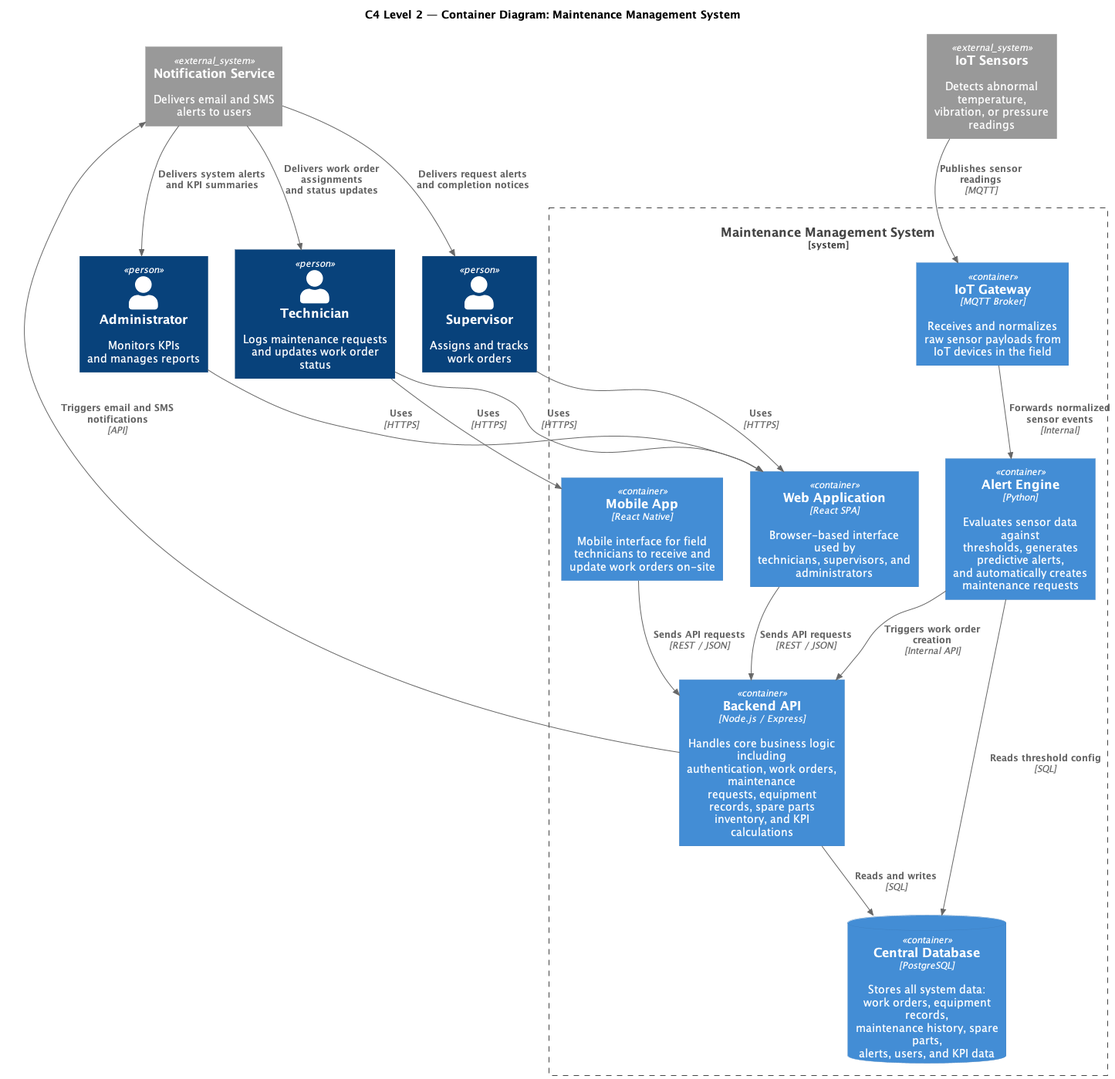
Before: out/UML/c4_L2_container/c4_L2_container.png, a diagram exported from PlantUML (xalameen8633-dotcom/Software-engineering-project).
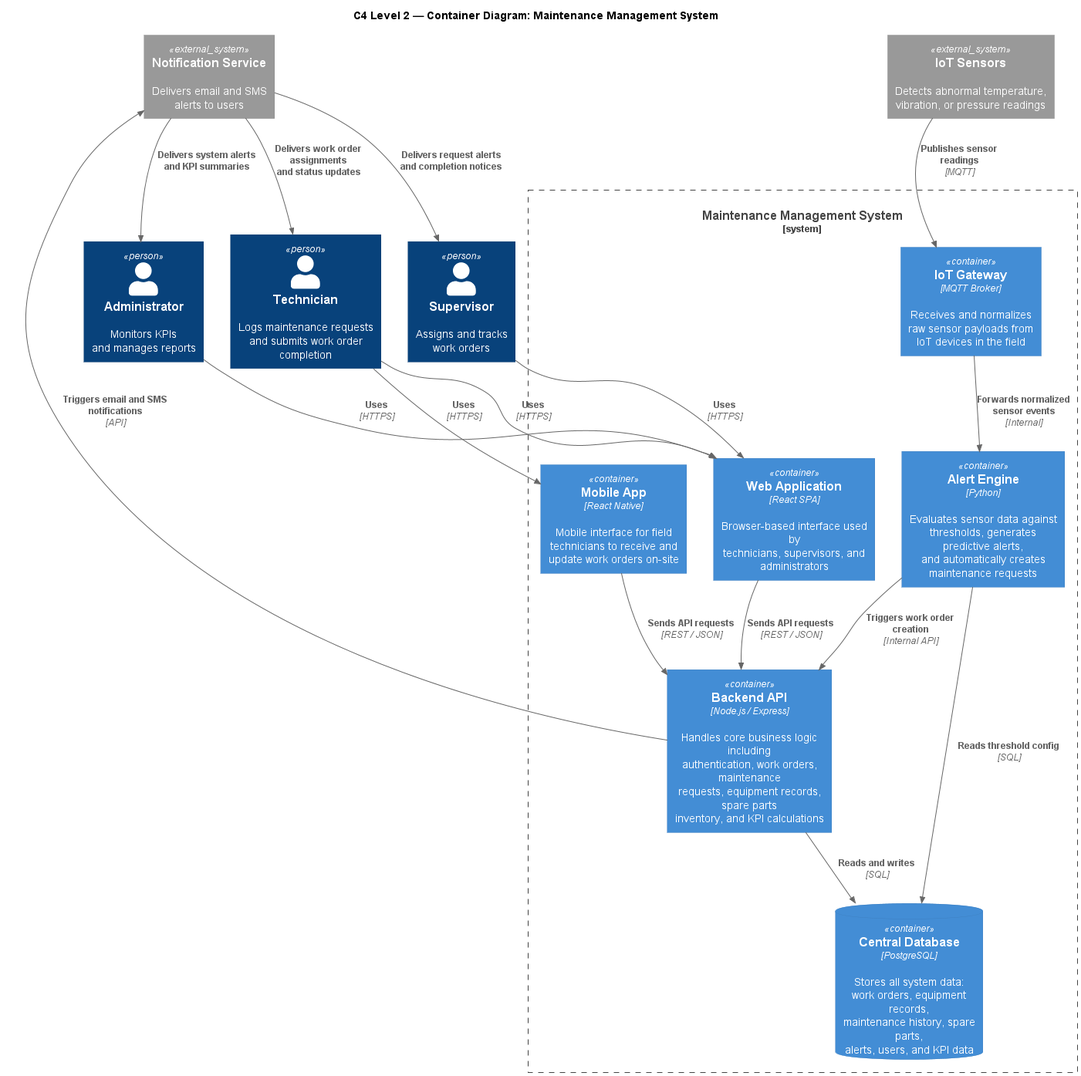
After the commit.

What changed in the source:
```diff
@@ -3,7 +3,7 @@
 
 title C4 Level 2 — Container Diagram: Maintenance Management System
 
-Person(technician, "Technician", "Logs maintenance requests\nand updates work order status")
+Person(technician, "Technician", "Logs maintenance requests\nand submits work order completion")
 Person(supervisor, "Supervisor", "Assigns and tracks\nwork orders")
 Person(admin, "Administrator", "Monitors KPIs\nand manages reports")
 
```
